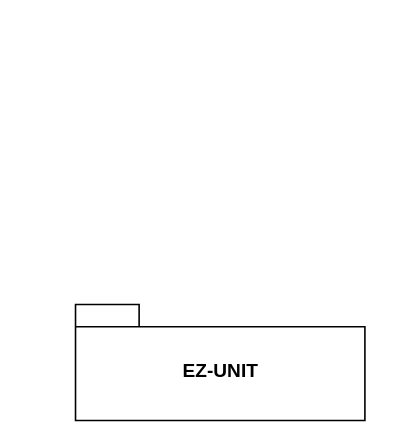
nerdpanda-ir/packages-analyze keeps this draw.io diagram as ez-unit-test/ez-unit-test.drawio. Above is the earlier version. Source tidied: cells renumbered, new cells numbered last; positions are measured from the earlier drawing's top-left corner, leaving out a move shared by most shapes. Both pictures are drawn from the tidied source at 159%, with x=0, y=0 at pixel (75, 304).
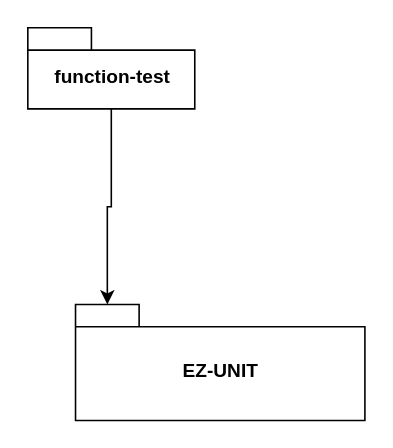
Above is the later version.

The edit, as a diff of the source:
```diff
@@
 <mxGraphModel>
   <root>
     <mxCell id="0" />
     <mxCell id="1" parent="0" />
     <mxCell id="2" value="EZ-UNIT" style="shape=folder;fontStyle=1;spacingTop=10;tabWidth=40;tabHeight=14;tabPosition=left;html=1;" parent="1" vertex="1">
       <mxGeometry width="182" height="73" as="geometry" />
     </mxCell>
+    <mxCell id="3" style="edgeStyle=orthogonalEdgeStyle;rounded=0;jettySize=auto;html=1;entryX=0;entryY=0;entryDx=20;entryDy=0;entryPerimeter=0;" parent="1" edge="1" source="4" target="2">
+      <mxGeometry relative="1" as="geometry" />
+    </mxCell>
+    <mxCell id="4" value="function-test" style="shape=folder;fontStyle=1;spacingTop=10;tabWidth=40;tabHeight=14;tabPosition=left;html=1;" parent="1" vertex="1">
+      <mxGeometry x="-30" y="-174" width="105" height="51" as="geometry" />
+    </mxCell>
   </root>
 </mxGraphModel>
```
